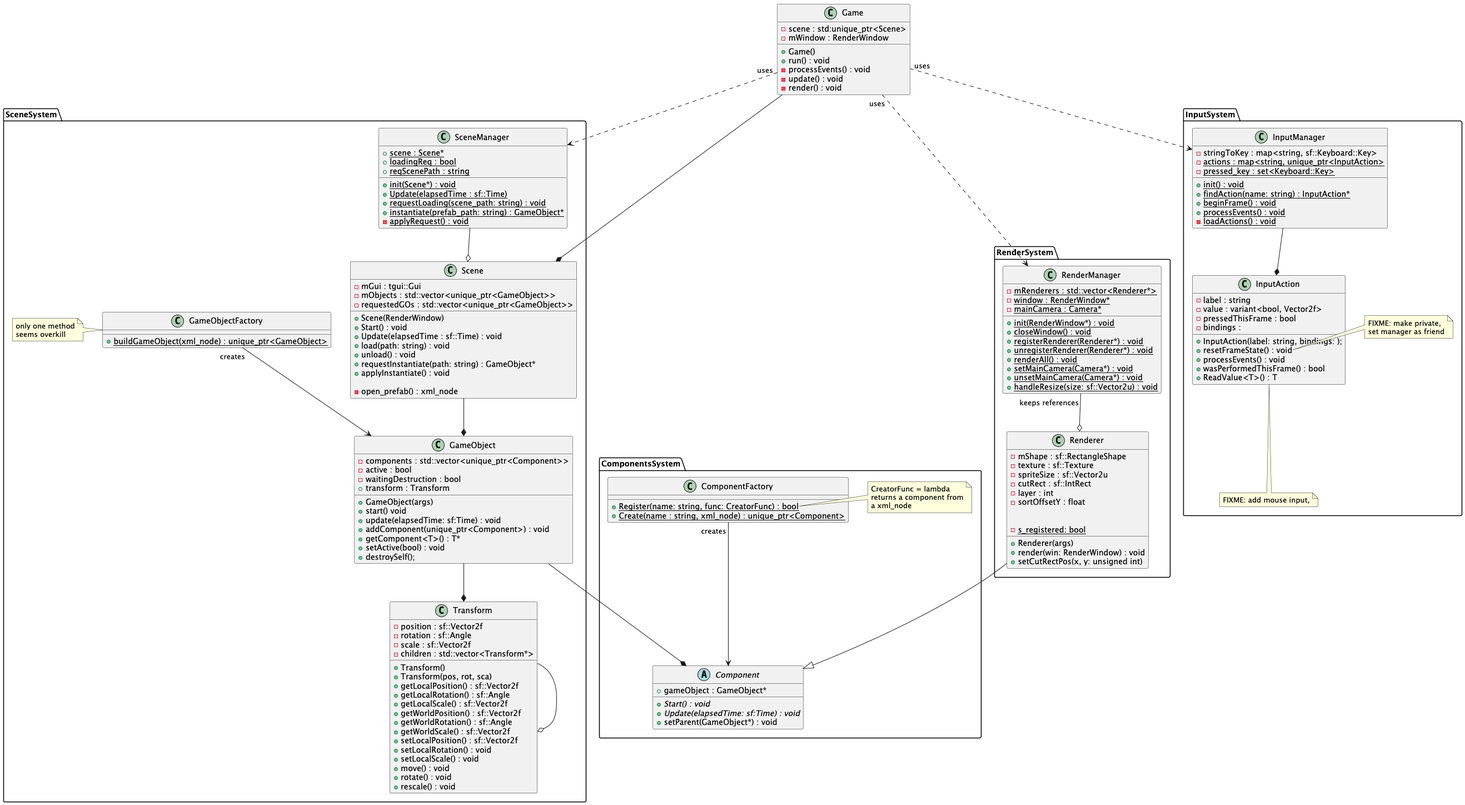
Before: doc/img/doc-uml.png, a diagram exported from PlantUML (AntoFruch/PatternFactory). The source it was exported from:
```plantuml
@startuml classDiagram
!include renderSystem.puml
!include sceneSystem.puml
!include inputSystem.puml
!include components.puml

class Game {
   + Game()
   + run() : void
   - processEvents() : void
   - update() : void
   - render() : void

   - scene : std:unique_ptr<Scene>
   - mWindow : RenderWindow
}

Game --* Scene
Game "uses" ..> SceneManager
Game "uses" ..> InputSystem.InputManager
Game "uses" ..> RenderSystem.RenderManager

GameObject --* ComponentsSystem.Component
Renderer --|> ComponentsSystem.Component

@enduml
```
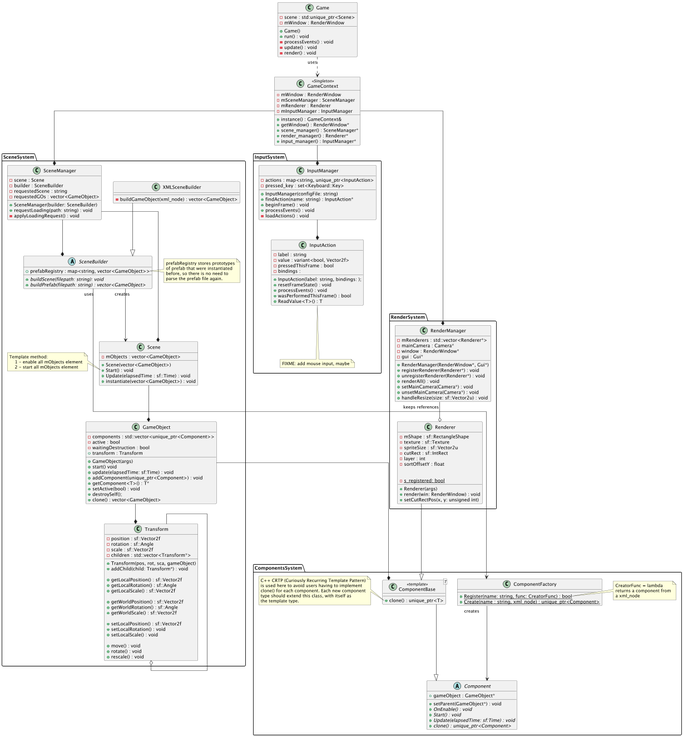
The same file after the commit.

Change to the diagram source:
```diff
@@ -3,6 +3,8 @@
 !include sceneSystem.puml
 !include inputSystem.puml
 !include components.puml
+
+skinparam linetype ortho
 
 class Game {
    + Game()
@@ -15,12 +17,28 @@
    - mWindow : RenderWindow
 }
 
-Game --* Scene
-Game "uses" ..> SceneManager
-Game "uses" ..> InputSystem.InputManager
-Game "uses" ..> RenderSystem.RenderManager
+class GameContext <<Singleton>> {
+    - mWindow : RenderWindow
+    - mSceneManager : SceneManager
+    - mRenderer : Renderer
+    - mInputManager : InputManager
 
-GameObject --* ComponentsSystem.Component
-Renderer --|> ComponentsSystem.Component
+    + instance() : GameContext&
+    + getWindow() : RenderWindow*
+    + scene_manager() : SceneManager*
+    + render_manager() : Renderer*
+    + input_manager() : InputManager*
+}
+
+Game "uses" ..> GameContext
+
+GameContext --* RenderSystem.RenderManager
+GameContext --* InputSystem.InputManager
+GameContext --* SceneSystem.SceneManager
+
+SceneSystem.SceneBuilder "uses" --> ComponentsSystem.ComponentFactory
+
+GameObject --* ComponentsSystem.ComponentBase
+Renderer --|> ComponentsSystem.ComponentBase
 
 @enduml
```
